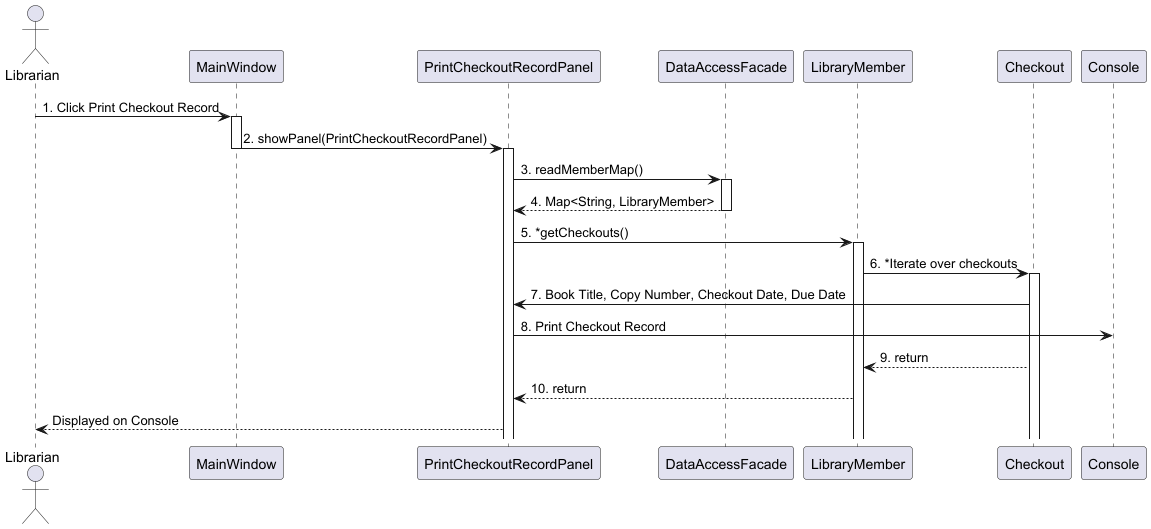
Before: src/uml/seq2-opt.png, a diagram exported from PlantUML (mohammed-almassri/LibraryGroupD).
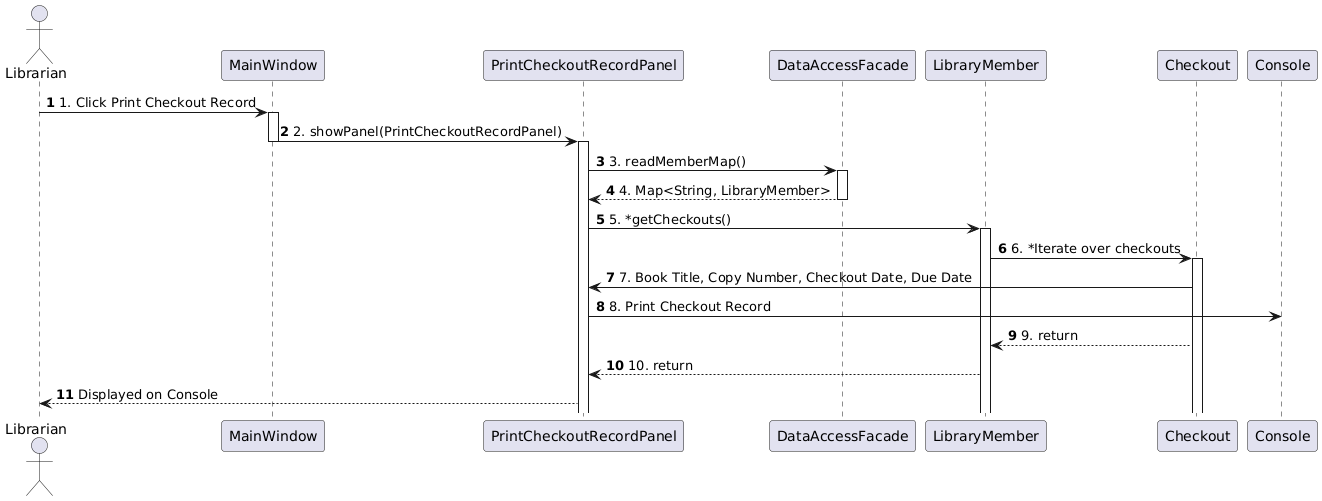
After the change.

What changed in the source:
```diff
@@ -1,4 +1,5 @@
 @startuml
+autonumber
 actor Librarian
 participant "MainWindow" as MW
 participant "PrintCheckoutRecordPanel" as PCRP
@@ -29,5 +30,4 @@
 LM --> PCRP: 10. return
 
 PCRP --> Librarian: Displayed on Console
-
 @enduml
```
